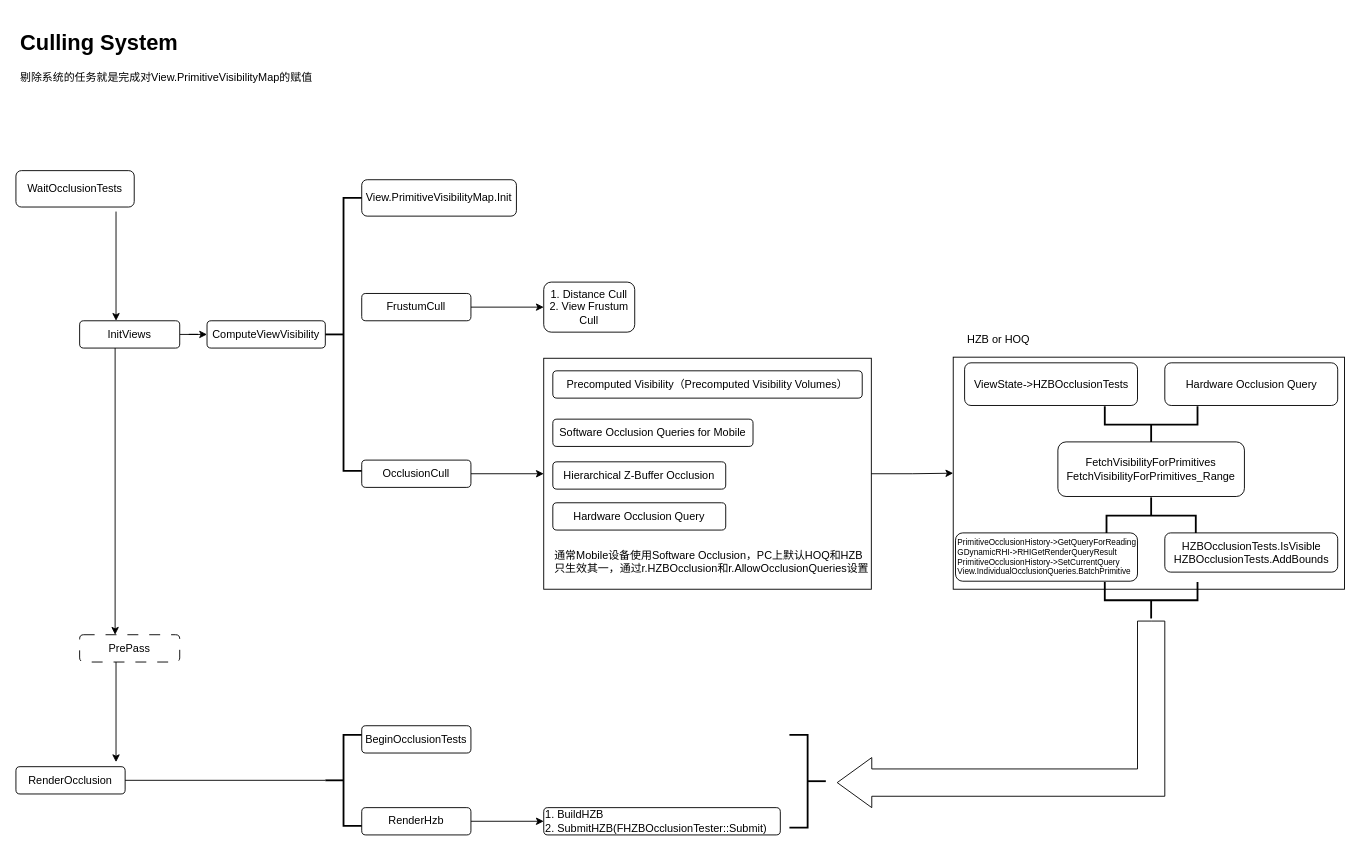
Above: CullingSystem.drawio in cedarz/UE4Gram (draw.io), before the change. Source tidied: cells renumbered, new cells numbered last; positions are measured from the earlier drawing's top-left corner, leaving out a move shared by most shapes. Both pictures are drawn from the tidied source at 91%, with x=0, y=0 at pixel (15, 25).
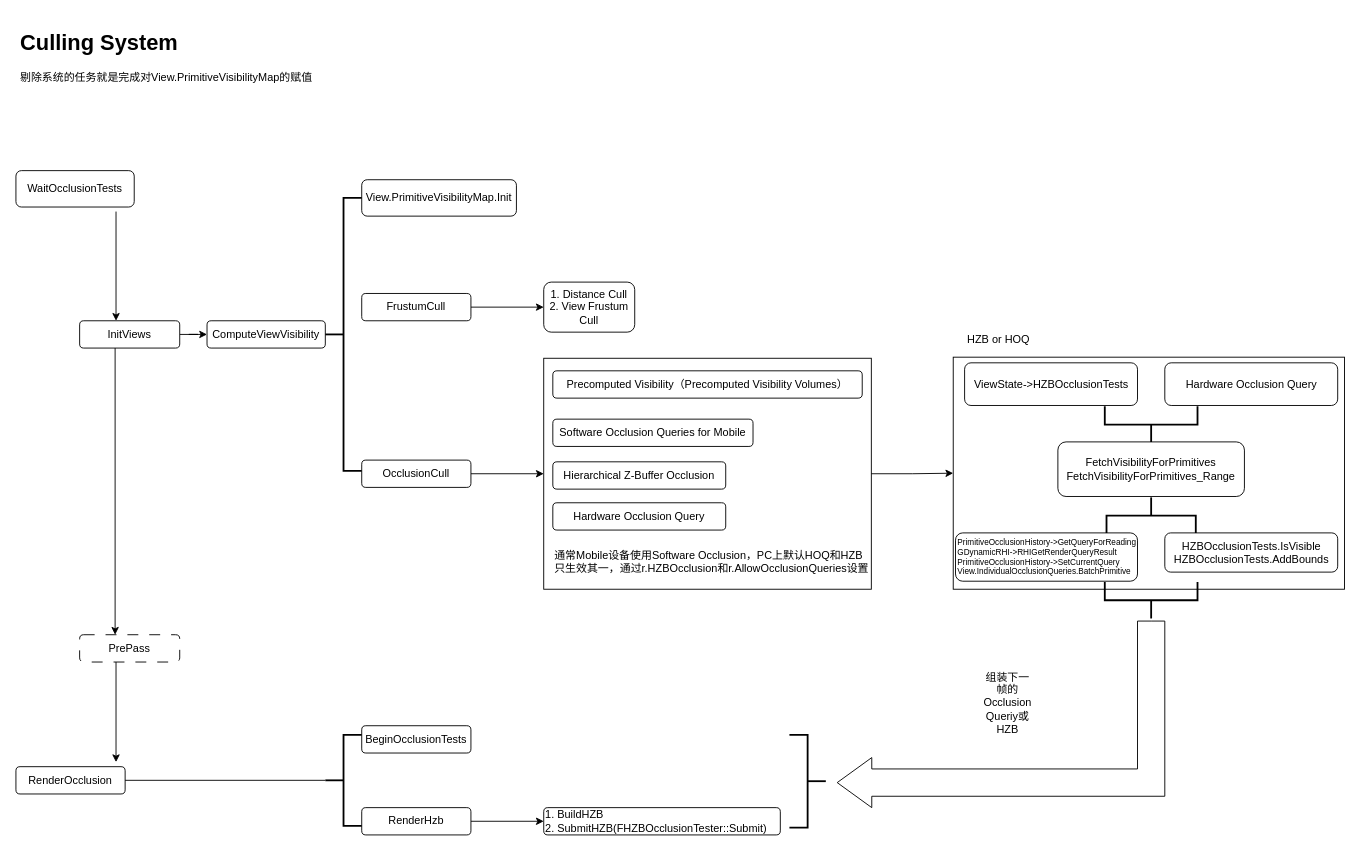
The same diagram, later.

Change to the diagram source:
```diff
@@
+    <mxCell id="44" value="组装下一帧的Occlusion Queriy或HZB" style="text;html=1;strokeColor=none;fillColor=none;align=center;verticalAlign=middle;whiteSpace=wrap;rounded=0;" parent="1" vertex="1">
+      <mxGeometry x="1060" y="730" width="60" height="30" as="geometry" />
+    </mxCell>
```
